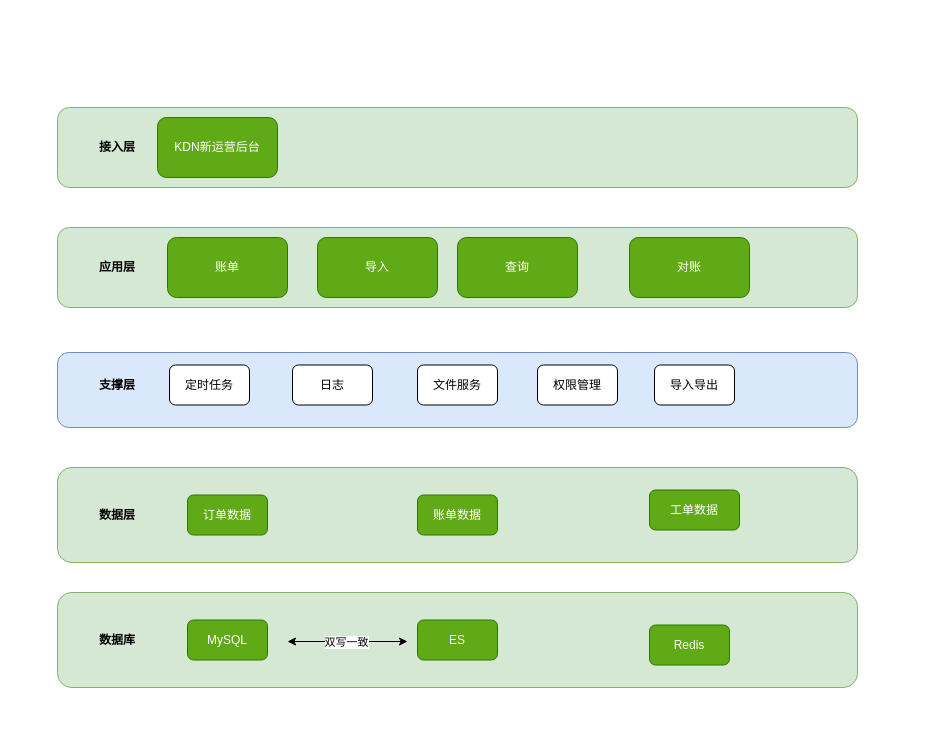
Earlier version of the draw.io diagram page "渠道对账" (12 of 13) of 订单业务架构.drawio (unclequentin/diagrams). Source tidied: cells renumbered, new cells numbered last; positions are measured from the earlier drawing's top-left corner, leaving out a move shared by most shapes. Both pictures are drawn from the tidied source at 100%, with x=0, y=0 at pixel (57, 107).
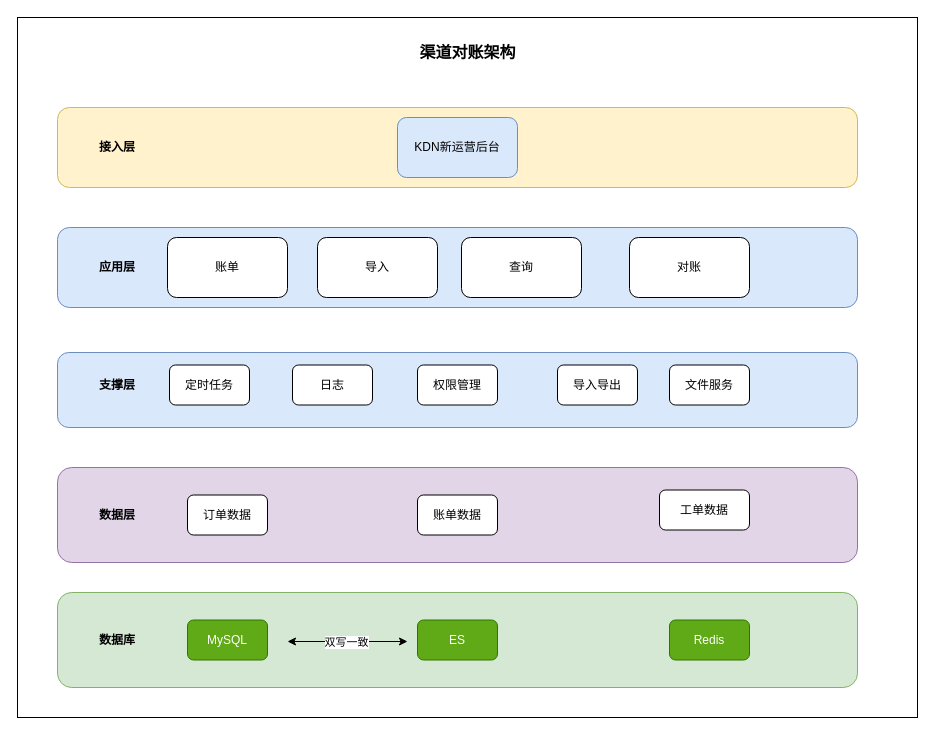
After the change.

Commit message:
更新订单业务架构.drawio

The edit, as a diff of the source:
```diff
@@
+    <mxCell id="30" style="rounded=0;whiteSpace=wrap;html=1;" parent="1" vertex="1">
+      <mxGeometry x="-40" y="-90" width="900" height="700" as="geometry" />
+    </mxCell>
-    <mxCell id="2" style="rounded=1;whiteSpace=wrap;html=1;fillColor=#d5e8d4;strokeColor=#82b366;" parent="1" vertex="1">
+    <mxCell id="2" style="rounded=1;whiteSpace=wrap;html=1;fillColor=#dae8fc;strokeColor=#6c8ebf;" parent="1" vertex="1">
       <mxGeometry y="120" width="800" height="80" as="geometry" />
     </mxCell>
@@
-    <mxCell id="4" value="导入" style="rounded=1;whiteSpace=wrap;html=1;fillColor=#60a917;fontColor=#ffffff;strokeColor=#2D7600;" parent="1" vertex="1">
+    <mxCell id="4" value="导入" style="rounded=1;whiteSpace=wrap;html=1;" parent="1" vertex="1">
       <mxGeometry x="260" y="130" width="120" height="60" as="geometry" />
     </mxCell>
-    <mxCell id="5" value="对账" style="rounded=1;whiteSpace=wrap;html=1;fillColor=#60a917;fontColor=#ffffff;strokeColor=#2D7600;" parent="1" vertex="1">
+    <mxCell id="5" value="对账" style="rounded=1;whiteSpace=wrap;html=1;" parent="1" vertex="1">
       <mxGeometry x="572" y="130" width="120" height="60" as="geometry" />
     </mxCell>
-    <mxCell id="6" value="查询" style="rounded=1;whiteSpace=wrap;html=1;fillColor=#60a917;fontColor=#ffffff;strokeColor=#2D7600;" parent="1" vertex="1">
-      <mxGeometry x="400" y="130" width="120" height="60" as="geometry" />
+    <mxCell id="6" value="查询" style="rounded=1;whiteSpace=wrap;html=1;" parent="1" vertex="1">
+      <mxGeometry x="404" y="130" width="120" height="60" as="geometry" />
     </mxCell>
@@
-    <mxCell id="10" style="rounded=1;whiteSpace=wrap;html=1;fillColor=#d5e8d4;strokeColor=#82b366;" parent="1" vertex="1">
+    <mxCell id="10" style="rounded=1;whiteSpace=wrap;html=1;fillColor=#e1d5e7;strokeColor=#9673a6;" parent="1" vertex="1">
       <mxGeometry y="360" width="800" height="95" as="geometry" />
     </mxCell>
@@
-    <mxCell id="12" value="订单数据" style="rounded=1;whiteSpace=wrap;html=1;fillColor=#60a917;fontColor=#ffffff;strokeColor=#2D7600;" parent="1" vertex="1">
+    <mxCell id="12" value="订单数据" style="rounded=1;whiteSpace=wrap;html=1;" parent="1" vertex="1">
       <mxGeometry x="130" y="387.5" width="80" height="40" as="geometry" />
     </mxCell>
-    <mxCell id="13" value="账单数据" style="rounded=1;whiteSpace=wrap;html=1;fillColor=#60a917;fontColor=#ffffff;strokeColor=#2D7600;" parent="1" vertex="1">
+    <mxCell id="13" value="账单数据" style="rounded=1;whiteSpace=wrap;html=1;" parent="1" vertex="1">
       <mxGeometry x="360" y="387.5" width="80" height="40" as="geometry" />
     </mxCell>
-    <mxCell id="14" value="工单数据" style="rounded=1;whiteSpace=wrap;html=1;fillColor=#60a917;fontColor=#ffffff;strokeColor=#2D7600;" parent="1" vertex="1">
-      <mxGeometry x="592" y="382.5" width="90" height="40" as="geometry" />
+    <mxCell id="14" value="工单数据" style="rounded=1;whiteSpace=wrap;html=1;" parent="1" vertex="1">
+      <mxGeometry x="602" y="382.5" width="90" height="40" as="geometry" />
     </mxCell>
     <mxCell id="15" value="导入导出" style="rounded=1;whiteSpace=wrap;html=1;" parent="1" vertex="1">
-      <mxGeometry x="597" y="257.5" width="80" height="40" as="geometry" />
+      <mxGeometry x="500" y="257.5" width="80" height="40" as="geometry" />
     </mxCell>
-    <mxCell id="16" style="rounded=1;whiteSpace=wrap;html=1;fillColor=#d5e8d4;strokeColor=#82b366;" parent="1" vertex="1">
+    <mxCell id="16" style="rounded=1;whiteSpace=wrap;html=1;fillColor=#fff2cc;strokeColor=#d6b656;" parent="1" vertex="1">
       <mxGeometry width="800" height="80" as="geometry" />
     </mxCell>
@@
-    <mxCell id="18" value="KDN新运营后台" style="rounded=1;whiteSpace=wrap;html=1;fillColor=#60a917;fontColor=#ffffff;strokeColor=#2D7600;" parent="1" vertex="1">
-      <mxGeometry x="100" y="10" width="120" height="60" as="geometry" />
+    <mxCell id="18" value="KDN新运营后台" style="rounded=1;whiteSpace=wrap;html=1;fillColor=#dae8fc;strokeColor=#6c8ebf;" parent="1" vertex="1">
+      <mxGeometry x="340" y="10" width="120" height="60" as="geometry" />
     </mxCell>
@@
     <mxCell id="22" value="Redis" style="rounded=1;whiteSpace=wrap;html=1;fillColor=#60a917;fontColor=#ffffff;strokeColor=#2D7600;" parent="1" vertex="1">
-      <mxGeometry x="592" y="517.5" width="80" height="40" as="geometry" />
+      <mxGeometry x="612" y="512.5" width="80" height="40" as="geometry" />
     </mxCell>
@@
-    <mxCell id="24" value="账单" style="rounded=1;whiteSpace=wrap;html=1;fillColor=#60a917;fontColor=#ffffff;strokeColor=#2D7600;" parent="1" vertex="1">
+    <mxCell id="24" value="账单" style="rounded=1;whiteSpace=wrap;html=1;" parent="1" vertex="1">
       <mxGeometry x="110" y="130" width="120" height="60" as="geometry" />
     </mxCell>
@@
     <mxCell id="26" value="权限管理" style="rounded=1;whiteSpace=wrap;html=1;" parent="1" vertex="1">
-      <mxGeometry x="480" y="257.5" width="80" height="40" as="geometry" />
+      <mxGeometry x="360" y="257.5" width="80" height="40" as="geometry" />
     </mxCell>
     <mxCell id="27" value="文件服务" style="rounded=1;whiteSpace=wrap;html=1;" parent="1" vertex="1">
-      <mxGeometry x="360" y="257.5" width="80" height="40" as="geometry" />
+      <mxGeometry x="612" y="257.5" width="80" height="40" as="geometry" />
     </mxCell>
@@
+    <mxCell id="31" value="&lt;font style=&quot;font-size: 16px;&quot;&gt;&lt;b&gt;渠道对账架构&lt;/b&gt;&lt;/font&gt;" style="text;html=1;strokeColor=none;fillColor=none;align=center;verticalAlign=middle;whiteSpace=wrap;rounded=0;" parent="1" vertex="1">
+      <mxGeometry x="348.5" y="-70" width="123" height="30" as="geometry" />
+    </mxCell>
```
